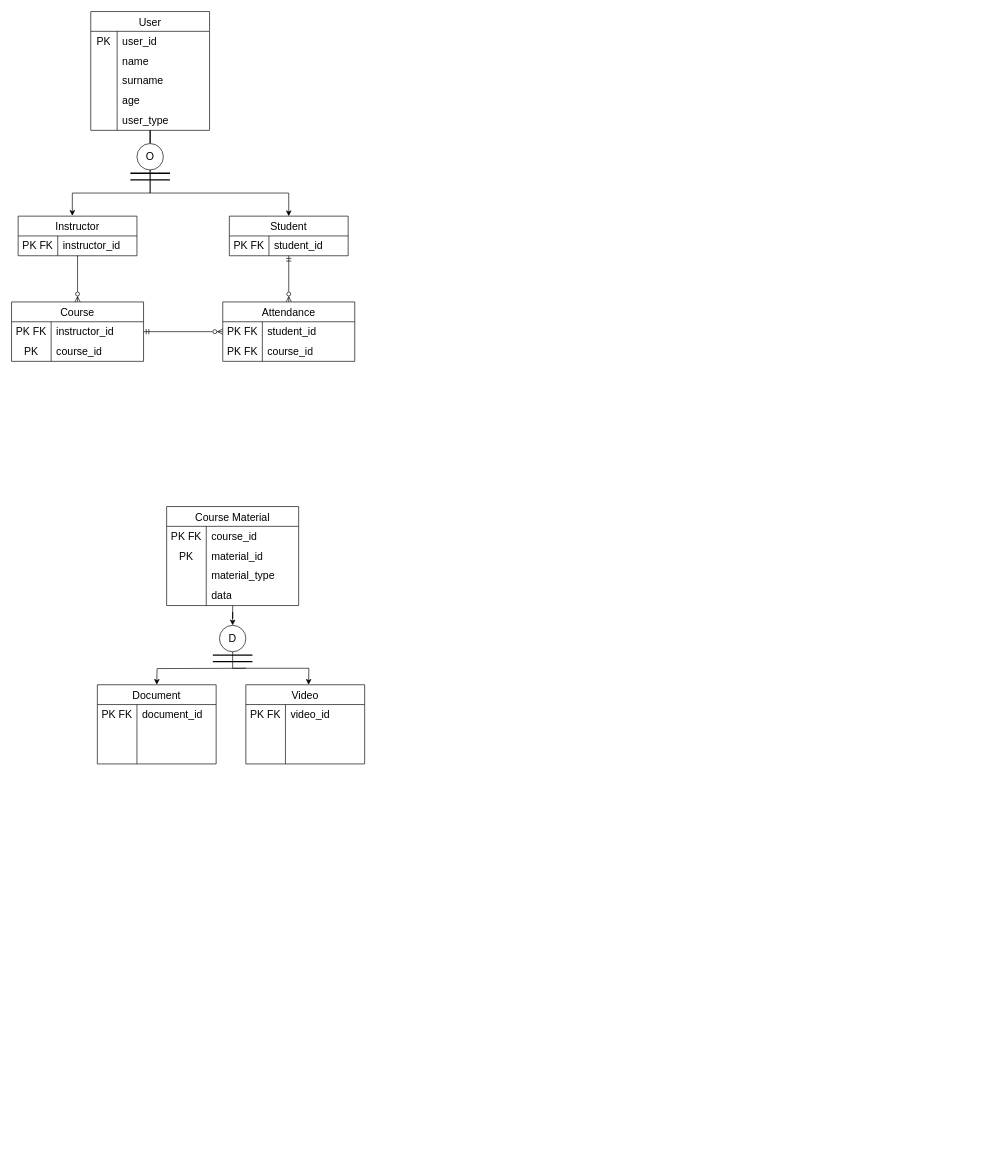
This is Başlıksız Diyagram.drawio from Luieitalian/VTYS, a draw.io file, before an edit. Source tidied: cells renumbered, new cells numbered last; positions are measured from the earlier drawing's top-left corner, leaving out a move shared by most shapes. Both pictures are drawn from the tidied source at 66%, with x=0, y=0 at pixel (11, 11).
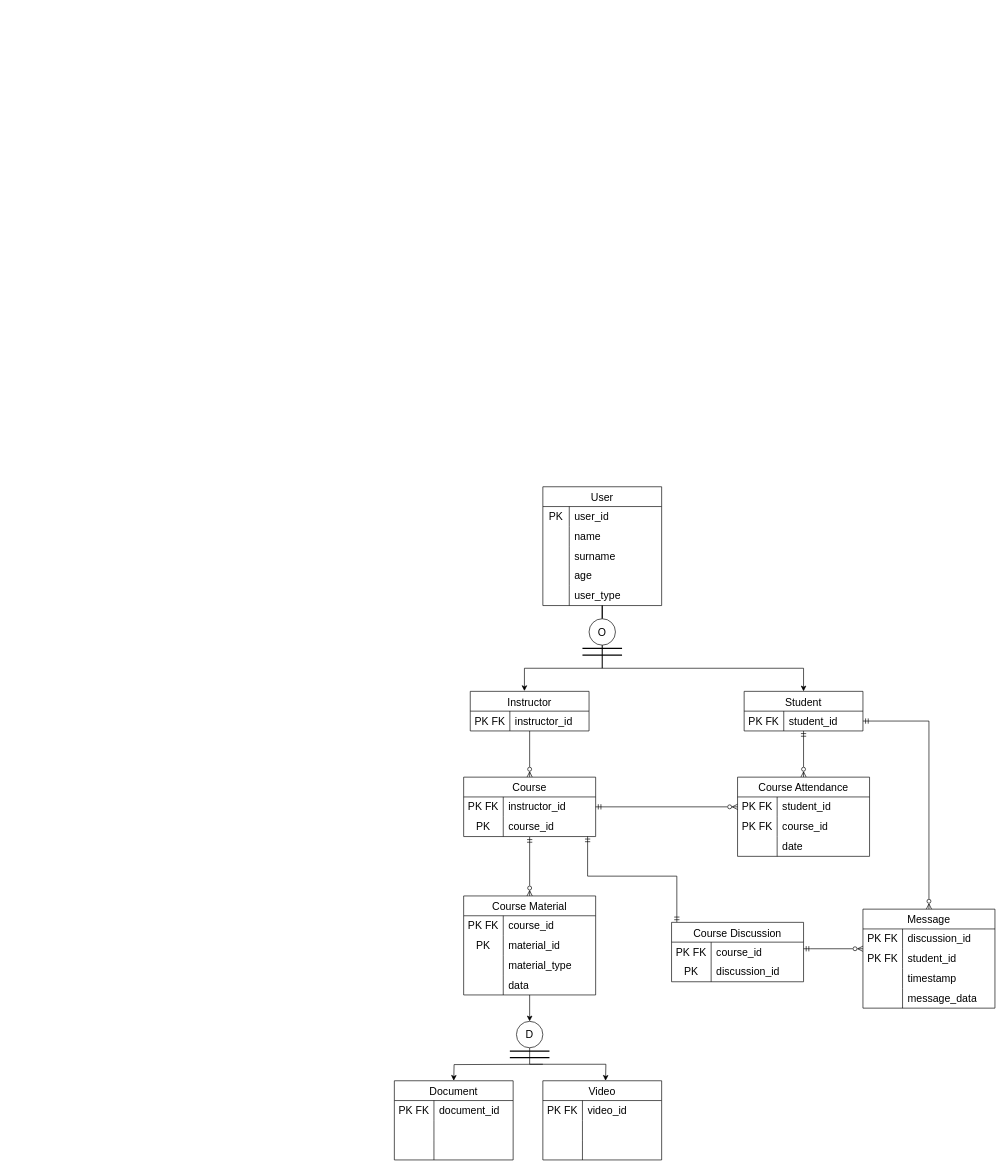
The same page after the edit.

The change refers to these unchanged cells:
```xml
<mxCell id="25" style="shape=tableRow;horizontal=0;startSize=0;swimlaneHead=0;swimlaneBody=0;top=0;left=0;bottom=0;right=0;fillColor=none;points=[[0,0.5],[1,0.5]];portConstraint=eastwest;strokeColor=inherit;fontSize=16;" parent="24" vertex="1">
  <mxGeometry y="30" width="180" height="30" as="geometry" />
</mxCell>
<mxCell id="38" style="shape=tableRow;horizontal=0;startSize=0;swimlaneHead=0;swimlaneBody=0;top=0;left=0;bottom=0;right=0;fillColor=none;points=[[0,0.5],[1,0.5]];portConstraint=eastwest;strokeColor=inherit;fontSize=16;" parent="34" vertex="1">
  <mxGeometry y="60" width="200" height="30" as="geometry" />
</mxCell>
```

Change to the diagram source:
```diff
@@
     <mxCell id="3" value="User" style="shape=table;startSize=30;childLayout=tableLayout;rowLines=0;fontStyle=0;strokeColor=default;fontSize=16;" parent="1" vertex="1">
-      <mxGeometry x="120" width="180" height="180" as="geometry" />
+      <mxGeometry x="805" y="720" width="180" height="180" as="geometry" />
     </mxCell>
@@
     <mxCell id="19" value="Instructor" style="shape=table;startSize=30;childLayout=tableLayout;rowLines=0;fontStyle=0;strokeColor=default;fontSize=16;" parent="1" vertex="1">
-      <mxGeometry x="10" y="310" width="180" height="60" as="geometry" />
+      <mxGeometry x="695" y="1030" width="180" height="60" as="geometry" />
     </mxCell>
@@
     <mxCell id="24" value="Student" style="shape=table;startSize=30;childLayout=tableLayout;rowLines=0;fontStyle=0;strokeColor=default;fontSize=16;" parent="1" vertex="1">
-      <mxGeometry x="330" y="310" width="180" height="60" as="geometry" />
+      <mxGeometry x="1110" y="1030" width="180" height="60" as="geometry" />
     </mxCell>
@@
     <mxCell id="29" value="O" style="ellipse;whiteSpace=wrap;html=1;fontSize=16;startSize=30;fontStyle=0;" parent="1" vertex="1">
-      <mxGeometry x="190" y="200" width="40" height="40" as="geometry" />
+      <mxGeometry x="875" y="920" width="40" height="40" as="geometry" />
     </mxCell>
@@
     <mxCell id="31" style="line;strokeWidth=2;html=1;" parent="1" vertex="1">
-      <mxGeometry x="180" y="240" width="60" height="10" as="geometry" />
+      <mxGeometry x="865" y="960" width="60" height="10" as="geometry" />
     </mxCell>
     <mxCell id="32" style="line;strokeWidth=2;html=1;" parent="1" vertex="1">
-      <mxGeometry x="180" y="250" width="60" height="10" as="geometry" />
+      <mxGeometry x="865" y="970" width="60" height="10" as="geometry" />
     </mxCell>
@@
+    <mxCell id="88" style="edgeStyle=orthogonalEdgeStyle;rounded=0;jettySize=auto;html=1;exitX=0.939;exitY=0.993;exitDx=0;exitDy=0;exitPerimeter=0;startArrow=ERmandOne;startFill=0;endArrow=ERmandOne;endFill=0;" parent="1" edge="1" source="38" target="94">
+      <mxGeometry relative="1" as="geometry">
+        <Array as="points">
+          <mxPoint x="873" y="1310" />
+          <mxPoint x="1008" y="1310" />
+        </Array>
+      </mxGeometry>
+    </mxCell>
     <mxCell id="34" value="Course" style="shape=table;startSize=30;childLayout=tableLayout;rowLines=0;fontStyle=0;strokeColor=default;fontSize=16;" parent="1" vertex="1">
-      <mxGeometry y="440" width="200" height="90" as="geometry" />
+      <mxGeometry x="685" y="1160" width="200" height="90" as="geometry" />
     </mxCell>
@@
-    <mxCell id="41" value="Attendance" style="shape=table;startSize=30;childLayout=tableLayout;rowLines=0;fontStyle=0;strokeColor=default;fontSize=16;" parent="1" vertex="1">
-      <mxGeometry x="320" y="440" width="200" height="90" as="geometry" />
+    <mxCell id="41" value="Course Attendance" style="shape=table;startSize=30;childLayout=tableLayout;rowLines=0;fontStyle=0;strokeColor=default;fontSize=16;" parent="1" vertex="1">
+      <mxGeometry x="1100" y="1160" width="200" height="120" as="geometry" />
     </mxCell>
@@
+    <mxCell id="89" style="shape=tableRow;horizontal=0;startSize=0;swimlaneHead=0;swimlaneBody=0;top=0;left=0;bottom=0;right=0;fillColor=none;strokeColor=inherit;fontSize=16;" parent="41" vertex="1">
+      <mxGeometry y="90" width="200" height="30" as="geometry" />
+    </mxCell>
+    <mxCell id="90" style="shape=partialRectangle;html=1;whiteSpace=wrap;fillColor=none;top=0;left=0;bottom=0;right=0;overflow=hidden;strokeColor=inherit;fontSize=16;" parent="89" vertex="1">
+      <mxGeometry width="60" height="30" as="geometry" />
+    </mxCell>
+    <mxCell id="91" value="date" style="shape=partialRectangle;html=1;whiteSpace=wrap;fillColor=none;top=0;left=0;bottom=0;right=0;align=left;spacingLeft=6;overflow=hidden;strokeColor=inherit;fontSize=16;" parent="89" vertex="1">
+      <mxGeometry x="60" width="140" height="30" as="geometry" />
+    </mxCell>
@@
+    <mxCell id="92" style="edgeStyle=orthogonalEdgeStyle;rounded=0;jettySize=auto;html=1;entryX=0.5;entryY=1.02;entryDx=0;entryDy=0;entryPerimeter=0;startArrow=ERzeroToMany;startFill=0;endArrow=ERmandOne;endFill=0;" parent="1" edge="1" source="49" target="38">
+      <mxGeometry relative="1" as="geometry" />
+    </mxCell>
     <mxCell id="49" value="Course Material" style="shape=table;startSize=30;childLayout=tableLayout;rowLines=0;fontStyle=0;strokeColor=default;fontSize=16;" parent="1" vertex="1">
-      <mxGeometry x="235" y="750" width="200" height="150" as="geometry" />
+      <mxGeometry x="685" y="1340" width="200" height="150" as="geometry" />
     </mxCell>
@@
     <mxCell id="62" style="edgeStyle=orthogonalEdgeStyle;rounded=0;jettySize=auto;html=1;exitX=0.5;exitY=1;exitDx=0;exitDy=0;" parent="1" edge="1" source="63">
       <mxGeometry relative="1" as="geometry">
-        <mxPoint x="450" y="1020" as="targetPoint" />
+        <mxPoint x="900" y="1620" as="targetPoint" />
       </mxGeometry>
     </mxCell>
     <mxCell id="63" value="D" style="ellipse;whiteSpace=wrap;html=1;fontSize=16;startSize=30;fontStyle=0;" parent="1" vertex="1">
-      <mxGeometry x="315" y="930" width="40" height="40" as="geometry" />
+      <mxGeometry x="765" y="1530" width="40" height="40" as="geometry" />
     </mxCell>
     <mxCell id="64" style="line;strokeWidth=2;html=1;" parent="1" vertex="1">
-      <mxGeometry x="305" y="970" width="60" height="10" as="geometry" />
+      <mxGeometry x="755" y="1570" width="60" height="10" as="geometry" />
     </mxCell>
     <mxCell id="65" style="line;strokeWidth=2;html=1;" parent="1" vertex="1">
-      <mxGeometry x="305" y="980" width="60" height="10" as="geometry" />
+      <mxGeometry x="755" y="1580" width="60" height="10" as="geometry" />
     </mxCell>
     <mxCell id="66" style="edgeStyle=orthogonalEdgeStyle;rounded=0;orthogonalLoop=1;jettySize=auto;html=1;exitX=0.5;exitY=1;exitDx=0;exitDy=0;" parent="1" edge="1">
       <mxGeometry relative="1" as="geometry">
-        <mxPoint x="355" y="995" as="sourcePoint" />
-        <mxPoint x="220" y="1020" as="targetPoint" />
+        <mxPoint x="805" y="1595" as="sourcePoint" />
+        <mxPoint x="670" y="1620" as="targetPoint" />
       </mxGeometry>
     </mxCell>
     <mxCell id="67" value="Document" style="shape=table;startSize=30;childLayout=tableLayout;rowLines=0;fontStyle=0;strokeColor=default;fontSize=16;" parent="1" vertex="1">
-      <mxGeometry x="130" y="1020" width="180" height="120" as="geometry" />
+      <mxGeometry x="580" y="1620" width="180" height="120" as="geometry" />
     </mxCell>
@@
     <mxCell id="77" value="Video" style="shape=table;startSize=30;childLayout=tableLayout;rowLines=0;fontStyle=0;strokeColor=default;fontSize=16;" parent="1" vertex="1">
-      <mxGeometry x="355" y="1020" width="180" height="120" as="geometry" />
+      <mxGeometry x="805" y="1620" width="180" height="120" as="geometry" />
     </mxCell>
@@
+    <mxCell id="93" style="edgeStyle=orthogonalEdgeStyle;rounded=0;jettySize=auto;html=1;startArrow=ERmandOne;startFill=0;endArrow=ERzeroToMany;endFill=0;" parent="1" edge="1" source="94" target="101">
+      <mxGeometry relative="1" as="geometry">
+        <Array as="points">
+          <mxPoint x="1210" y="1420" />
+          <mxPoint x="1210" y="1420" />
+        </Array>
+      </mxGeometry>
+    </mxCell>
+    <mxCell id="94" value="Course Discussion" style="shape=table;startSize=30;childLayout=tableLayout;rowLines=0;fontStyle=0;strokeColor=default;fontSize=16;" parent="1" vertex="1">
+      <mxGeometry x="1000" y="1380" width="200" height="90" as="geometry" />
+    </mxCell>
+    <mxCell id="95" style="shape=tableRow;horizontal=0;startSize=0;swimlaneHead=0;swimlaneBody=0;top=0;left=0;bottom=0;right=0;fillColor=none;strokeColor=inherit;fontSize=16;" parent="94" vertex="1">
+      <mxGeometry y="30" width="200" height="30" as="geometry" />
+    </mxCell>
+    <mxCell id="96" value="PK FK" style="shape=partialRectangle;html=1;whiteSpace=wrap;fillColor=none;top=0;left=0;bottom=0;right=0;overflow=hidden;strokeColor=inherit;fontSize=16;" parent="95" vertex="1">
+      <mxGeometry width="60" height="30" as="geometry" />
+    </mxCell>
+    <mxCell id="97" value="course_id" style="shape=partialRectangle;html=1;whiteSpace=wrap;fillColor=none;top=0;left=0;bottom=0;right=0;align=left;spacingLeft=6;overflow=hidden;strokeColor=inherit;fontSize=16;" parent="95" vertex="1">
+      <mxGeometry x="60" width="140" height="30" as="geometry" />
+    </mxCell>
+    <mxCell id="98" style="shape=tableRow;horizontal=0;startSize=0;swimlaneHead=0;swimlaneBody=0;top=0;left=0;bottom=0;right=0;fillColor=none;strokeColor=inherit;fontSize=16;" parent="94" vertex="1">
+      <mxGeometry y="60" width="200" height="30" as="geometry" />
+    </mxCell>
+    <mxCell id="99" value="PK" style="shape=partialRectangle;html=1;whiteSpace=wrap;fillColor=none;top=0;left=0;bottom=0;right=0;overflow=hidden;strokeColor=inherit;fontSize=16;" parent="98" vertex="1">
+      <mxGeometry width="60" height="30" as="geometry" />
+    </mxCell>
+    <mxCell id="100" value="discussion_id" style="shape=partialRectangle;html=1;whiteSpace=wrap;fillColor=none;top=0;left=0;bottom=0;right=0;align=left;spacingLeft=6;overflow=hidden;strokeColor=inherit;fontSize=16;" parent="98" vertex="1">
+      <mxGeometry x="60" width="140" height="30" as="geometry" />
+    </mxCell>
+    <mxCell id="101" value="Message" style="shape=table;startSize=30;childLayout=tableLayout;rowLines=0;fontStyle=0;strokeColor=default;fontSize=16;" parent="1" vertex="1">
+      <mxGeometry x="1290" y="1360" width="200" height="150" as="geometry" />
+    </mxCell>
+    <mxCell id="102" style="shape=tableRow;horizontal=0;startSize=0;swimlaneHead=0;swimlaneBody=0;top=0;left=0;bottom=0;right=0;fillColor=none;strokeColor=inherit;fontSize=16;" parent="101" vertex="1">
+      <mxGeometry y="30" width="200" height="30" as="geometry" />
+    </mxCell>
+    <mxCell id="103" value="PK FK" style="shape=partialRectangle;html=1;whiteSpace=wrap;fillColor=none;top=0;left=0;bottom=0;right=0;overflow=hidden;strokeColor=inherit;fontSize=16;" parent="102" vertex="1">
+      <mxGeometry width="60" height="30" as="geometry" />
+    </mxCell>
+    <mxCell id="104" value="discussion_id" style="shape=partialRectangle;html=1;whiteSpace=wrap;fillColor=none;top=0;left=0;bottom=0;right=0;align=left;spacingLeft=6;overflow=hidden;strokeColor=inherit;fontSize=16;" parent="102" vertex="1">
+      <mxGeometry x="60" width="140" height="30" as="geometry" />
+    </mxCell>
+    <mxCell id="105" style="shape=tableRow;horizontal=0;startSize=0;swimlaneHead=0;swimlaneBody=0;top=0;left=0;bottom=0;right=0;fillColor=none;strokeColor=inherit;fontSize=16;" parent="101" vertex="1">
+      <mxGeometry y="60" width="200" height="30" as="geometry" />
+    </mxCell>
+    <mxCell id="106" value="PK FK" style="shape=partialRectangle;html=1;whiteSpace=wrap;fillColor=none;top=0;left=0;bottom=0;right=0;overflow=hidden;strokeColor=inherit;fontSize=16;" parent="105" vertex="1">
+      <mxGeometry width="60" height="30" as="geometry" />
+    </mxCell>
+    <mxCell id="107" value="student_id" style="shape=partialRectangle;html=1;whiteSpace=wrap;fillColor=none;top=0;left=0;bottom=0;right=0;align=left;spacingLeft=6;overflow=hidden;strokeColor=inherit;fontSize=16;" parent="105" vertex="1">
+      <mxGeometry x="60" width="140" height="30" as="geometry" />
+    </mxCell>
+    <mxCell id="108" style="shape=tableRow;horizontal=0;startSize=0;swimlaneHead=0;swimlaneBody=0;top=0;left=0;bottom=0;right=0;fillColor=none;strokeColor=inherit;fontSize=16;" parent="101" vertex="1">
+      <mxGeometry y="90" width="200" height="30" as="geometry" />
+    </mxCell>
+    <mxCell id="109" style="shape=partialRectangle;html=1;whiteSpace=wrap;fillColor=none;top=0;left=0;bottom=0;right=0;overflow=hidden;strokeColor=inherit;fontSize=16;" parent="108" vertex="1">
+      <mxGeometry width="60" height="30" as="geometry" />
+    </mxCell>
+    <mxCell id="110" value="timestamp" style="shape=partialRectangle;html=1;whiteSpace=wrap;fillColor=none;top=0;left=0;bottom=0;right=0;align=left;spacingLeft=6;overflow=hidden;strokeColor=inherit;fontSize=16;" parent="108" vertex="1">
+      <mxGeometry x="60" width="140" height="30" as="geometry" />
+    </mxCell>
+    <mxCell id="111" style="shape=tableRow;horizontal=0;startSize=0;swimlaneHead=0;swimlaneBody=0;top=0;left=0;bottom=0;right=0;fillColor=none;strokeColor=inherit;fontSize=16;" parent="101" vertex="1">
+      <mxGeometry y="120" width="200" height="30" as="geometry" />
+    </mxCell>
+    <mxCell id="112" style="shape=partialRectangle;html=1;whiteSpace=wrap;fillColor=none;top=0;left=0;bottom=0;right=0;overflow=hidden;strokeColor=inherit;fontSize=16;" parent="111" vertex="1">
+      <mxGeometry width="60" height="30" as="geometry" />
+    </mxCell>
+    <mxCell id="113" value="message_data" style="shape=partialRectangle;html=1;whiteSpace=wrap;fillColor=none;top=0;left=0;bottom=0;right=0;align=left;spacingLeft=6;overflow=hidden;strokeColor=inherit;fontSize=16;" parent="111" vertex="1">
+      <mxGeometry x="60" width="140" height="30" as="geometry" />
+    </mxCell>
+    <mxCell id="114" style="edgeStyle=orthogonalEdgeStyle;rounded=0;jettySize=auto;html=1;entryX=0.5;entryY=0;entryDx=0;entryDy=0;startArrow=ERmandOne;startFill=0;endArrow=ERzeroToMany;endFill=0;" parent="1" edge="1" source="25" target="101">
+      <mxGeometry relative="1" as="geometry" />
+    </mxCell>
```
